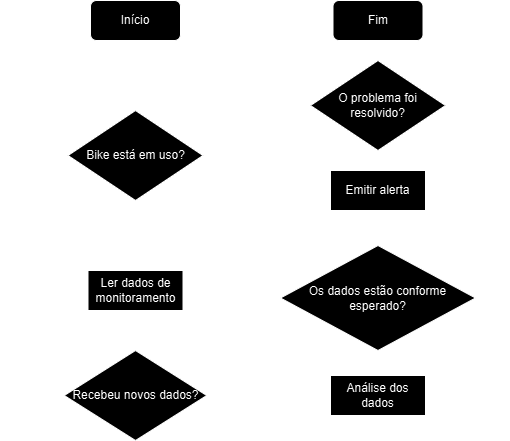
JeanMagnus/bicicletario-universitario keeps this draw.io diagram as images/fluxo-bicicleta.png. Above is the earlier version. Source tidied: cells renumbered, new cells last; positions are measured from the earlier drawing's top-left corner, leaving out a move shared by most shapes.
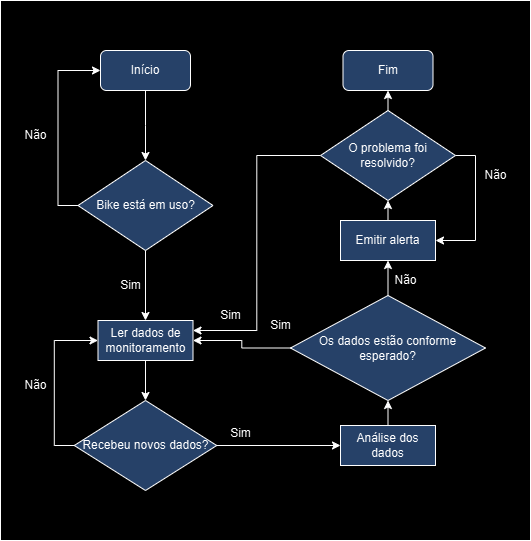
The same file after the commit.

Diff of the diagram source:
```diff
@@ -2,12 +2,15 @@
   <root>
     <mxCell id="0" />
     <mxCell id="1" parent="0" />
+    <mxCell id="33" style="rounded=0;whiteSpace=wrap;html=1;" parent="1" vertex="1">
+      <mxGeometry x="-10" y="-50" width="530" height="540" as="geometry" />
+    </mxCell>
     <mxCell id="2" style="edgeStyle=orthogonalEdgeStyle;rounded=0;jettySize=auto;html=1;exitX=0.5;exitY=1;exitDx=0;exitDy=0;entryX=0.5;entryY=0;entryDx=0;entryDy=0;" parent="1" edge="1" source="3">
       <mxGeometry relative="1" as="geometry">
         <mxPoint x="135" y="110" as="targetPoint" />
       </mxGeometry>
     </mxCell>
-    <mxCell id="3" value="Início" style="rounded=1;whiteSpace=wrap;html=1;" parent="1" vertex="1">
+    <mxCell id="3" value="Início" style="rounded=1;whiteSpace=wrap;html=1;fillColor=#A9C4EB;" parent="1" vertex="1">
       <mxGeometry x="90" width="90" height="40" as="geometry" />
     </mxCell>
     <mxCell id="4" style="edgeStyle=orthogonalEdgeStyle;rounded=0;jettySize=auto;html=1;exitX=0;exitY=0.5;exitDx=0;exitDy=0;entryX=0;entryY=0.5;entryDx=0;entryDy=0;" parent="1" edge="1" source="6" target="3">
@@ -18,7 +21,7 @@
         <mxPoint x="135" y="310" as="targetPoint" />
       </mxGeometry>
     </mxCell>
-    <mxCell id="6" value="Bike está em uso?" style="rhombus;whiteSpace=wrap;html=1;" parent="1" vertex="1">
+    <mxCell id="6" value="Bike está em uso?" style="rhombus;whiteSpace=wrap;html=1;fillColor=#A9C4EB;" parent="1" vertex="1">
       <mxGeometry x="67.5" y="110" width="135" height="90" as="geometry" />
     </mxCell>
     <mxCell id="7" value="Não" style="text;html=1;align=center;verticalAlign=middle;strokeColor=none;fillColor=none;" parent="1" vertex="1">
@@ -33,7 +36,7 @@
     <mxCell id="10" style="edgeStyle=orthogonalEdgeStyle;rounded=0;jettySize=auto;html=1;exitX=0.5;exitY=1;exitDx=0;exitDy=0;entryX=0.5;entryY=0;entryDx=0;entryDy=0;" parent="1" edge="1" source="11" target="14">
       <mxGeometry relative="1" as="geometry" />
     </mxCell>
-    <mxCell id="11" value="Ler dados de monitoramento" style="rounded=0;whiteSpace=wrap;html=1;" parent="1" vertex="1">
+    <mxCell id="11" value="Ler dados de monitoramento" style="rounded=0;whiteSpace=wrap;html=1;fillColor=#A9C4EB;" parent="1" vertex="1">
       <mxGeometry x="87.5" y="270" width="95" height="40" as="geometry" />
     </mxCell>
     <mxCell id="12" style="edgeStyle=orthogonalEdgeStyle;rounded=0;jettySize=auto;html=1;exitX=1;exitY=0.5;exitDx=0;exitDy=0;entryX=0;entryY=0.5;entryDx=0;entryDy=0;" parent="1" edge="1" source="14" target="18">
@@ -42,7 +45,7 @@
     <mxCell id="13" style="edgeStyle=orthogonalEdgeStyle;rounded=0;jettySize=auto;html=1;exitX=0;exitY=0.5;exitDx=0;exitDy=0;entryX=0;entryY=0.5;entryDx=0;entryDy=0;" parent="1" edge="1" source="14" target="11">
       <mxGeometry relative="1" as="geometry" />
     </mxCell>
-    <mxCell id="14" value="Recebeu novos dados?" style="rhombus;whiteSpace=wrap;html=1;" parent="1" vertex="1">
+    <mxCell id="14" value="Recebeu novos dados?" style="rhombus;whiteSpace=wrap;html=1;fillColor=#A9C4EB;" parent="1" vertex="1">
       <mxGeometry x="63.8" y="350" width="142.5" height="90" as="geometry" />
     </mxCell>
     <mxCell id="15" value="Não" style="text;html=1;align=center;verticalAlign=middle;strokeColor=none;fillColor=none;" parent="1" vertex="1">
@@ -54,7 +57,7 @@
     <mxCell id="17" style="edgeStyle=orthogonalEdgeStyle;rounded=0;jettySize=auto;html=1;exitX=0.5;exitY=0;exitDx=0;exitDy=0;entryX=0.5;entryY=1;entryDx=0;entryDy=0;" parent="1" edge="1" source="18" target="21">
       <mxGeometry relative="1" as="geometry" />
     </mxCell>
-    <mxCell id="18" value="Análise dos dados" style="rounded=0;whiteSpace=wrap;html=1;" parent="1" vertex="1">
+    <mxCell id="18" value="Análise dos dados" style="rounded=0;whiteSpace=wrap;html=1;fillColor=#A9C4EB;" parent="1" vertex="1">
       <mxGeometry x="330" y="375" width="95" height="40" as="geometry" />
     </mxCell>
     <mxCell id="19" style="edgeStyle=orthogonalEdgeStyle;rounded=0;jettySize=auto;html=1;exitX=0;exitY=0.5;exitDx=0;exitDy=0;entryX=1;entryY=0.5;entryDx=0;entryDy=0;" parent="1" edge="1" source="21" target="11">
@@ -63,7 +66,7 @@
     <mxCell id="20" style="edgeStyle=orthogonalEdgeStyle;rounded=0;jettySize=auto;html=1;exitX=0.5;exitY=0;exitDx=0;exitDy=0;entryX=0.5;entryY=1;entryDx=0;entryDy=0;" parent="1" edge="1" source="21" target="24">
       <mxGeometry relative="1" as="geometry" />
     </mxCell>
-    <mxCell id="21" value="Os dados estão conforme esperado?" style="rhombus;whiteSpace=wrap;html=1;" parent="1" vertex="1">
+    <mxCell id="21" value="Os dados estão conforme esperado?" style="rhombus;whiteSpace=wrap;html=1;fillColor=#A9C4EB;" parent="1" vertex="1">
       <mxGeometry x="280" y="245" width="195" height="105" as="geometry" />
     </mxCell>
     <mxCell id="22" value="Sim" style="text;html=1;align=center;verticalAlign=middle;strokeColor=none;fillColor=none;" parent="1" vertex="1">
@@ -72,7 +75,7 @@
     <mxCell id="23" style="edgeStyle=orthogonalEdgeStyle;rounded=0;jettySize=auto;html=1;exitX=0.5;exitY=0;exitDx=0;exitDy=0;entryX=0.5;entryY=1;entryDx=0;entryDy=0;" parent="1" edge="1" source="24" target="29">
       <mxGeometry relative="1" as="geometry" />
     </mxCell>
-    <mxCell id="24" value="Emitir alerta" style="rounded=0;whiteSpace=wrap;html=1;" parent="1" vertex="1">
+    <mxCell id="24" value="Emitir alerta" style="rounded=0;whiteSpace=wrap;html=1;fillColor=#A9C4EB;" parent="1" vertex="1">
       <mxGeometry x="330" y="170" width="95" height="40" as="geometry" />
     </mxCell>
     <mxCell id="25" value="Não" style="text;html=1;align=center;verticalAlign=middle;strokeColor=none;fillColor=none;" parent="1" vertex="1">
@@ -87,7 +90,7 @@
     <mxCell id="28" style="edgeStyle=orthogonalEdgeStyle;rounded=0;jettySize=auto;html=1;exitX=0.5;exitY=0;exitDx=0;exitDy=0;entryX=0.5;entryY=1;entryDx=0;entryDy=0;" parent="1" edge="1" source="29" target="32">
       <mxGeometry relative="1" as="geometry" />
     </mxCell>
-    <mxCell id="29" value="O problema foi resolvido?" style="rhombus;whiteSpace=wrap;html=1;" parent="1" vertex="1">
+    <mxCell id="29" value="O problema foi resolvido?" style="rhombus;whiteSpace=wrap;html=1;fillColor=#A9C4EB;" parent="1" vertex="1">
       <mxGeometry x="310" y="60" width="135" height="90" as="geometry" />
     </mxCell>
     <mxCell id="30" value="Sim" style="text;html=1;align=center;verticalAlign=middle;strokeColor=none;fillColor=none;" parent="1" vertex="1">
@@ -96,7 +99,7 @@
     <mxCell id="31" value="Não" style="text;html=1;align=center;verticalAlign=middle;strokeColor=none;fillColor=none;" parent="1" vertex="1">
       <mxGeometry x="460" y="110" width="50" height="30" as="geometry" />
     </mxCell>
-    <mxCell id="32" value="Fim" style="rounded=1;whiteSpace=wrap;html=1;" parent="1" vertex="1">
+    <mxCell id="32" value="Fim" style="rounded=1;whiteSpace=wrap;html=1;fillColor=#A9C4EB;" parent="1" vertex="1">
       <mxGeometry x="332.5" width="90" height="40" as="geometry" />
     </mxCell>
   </root>
```
